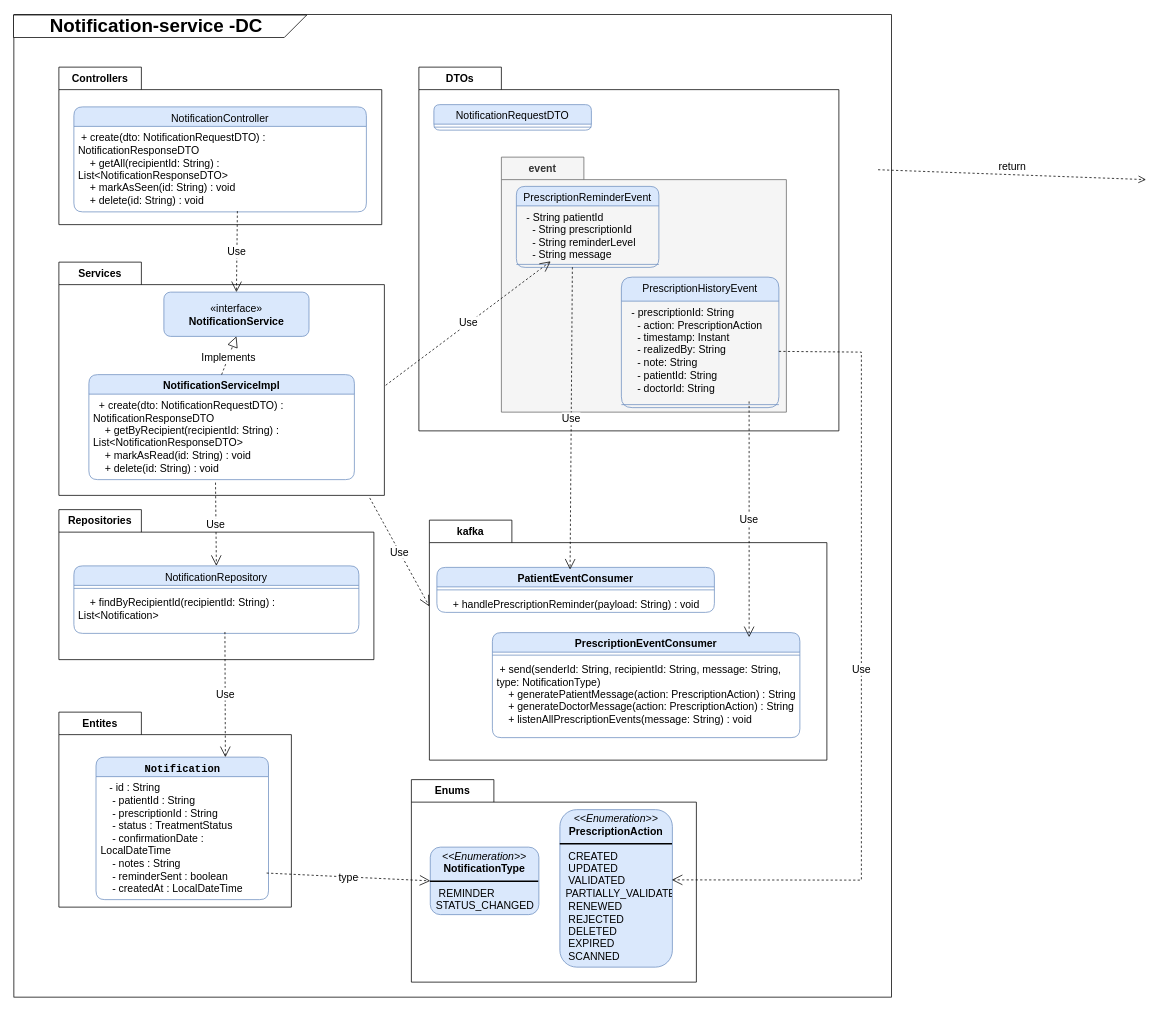
Earlier version of the draw.io diagram notif class .drawio (siwar630/Conception-pfe). Source tidied: cells renumbered, new cells numbered last; positions are measured from the earlier drawing's top-left corner, leaving out a move shared by most shapes. Both pictures are drawn from the tidied source at 75%, with x=0, y=0 at pixel (14, -121).
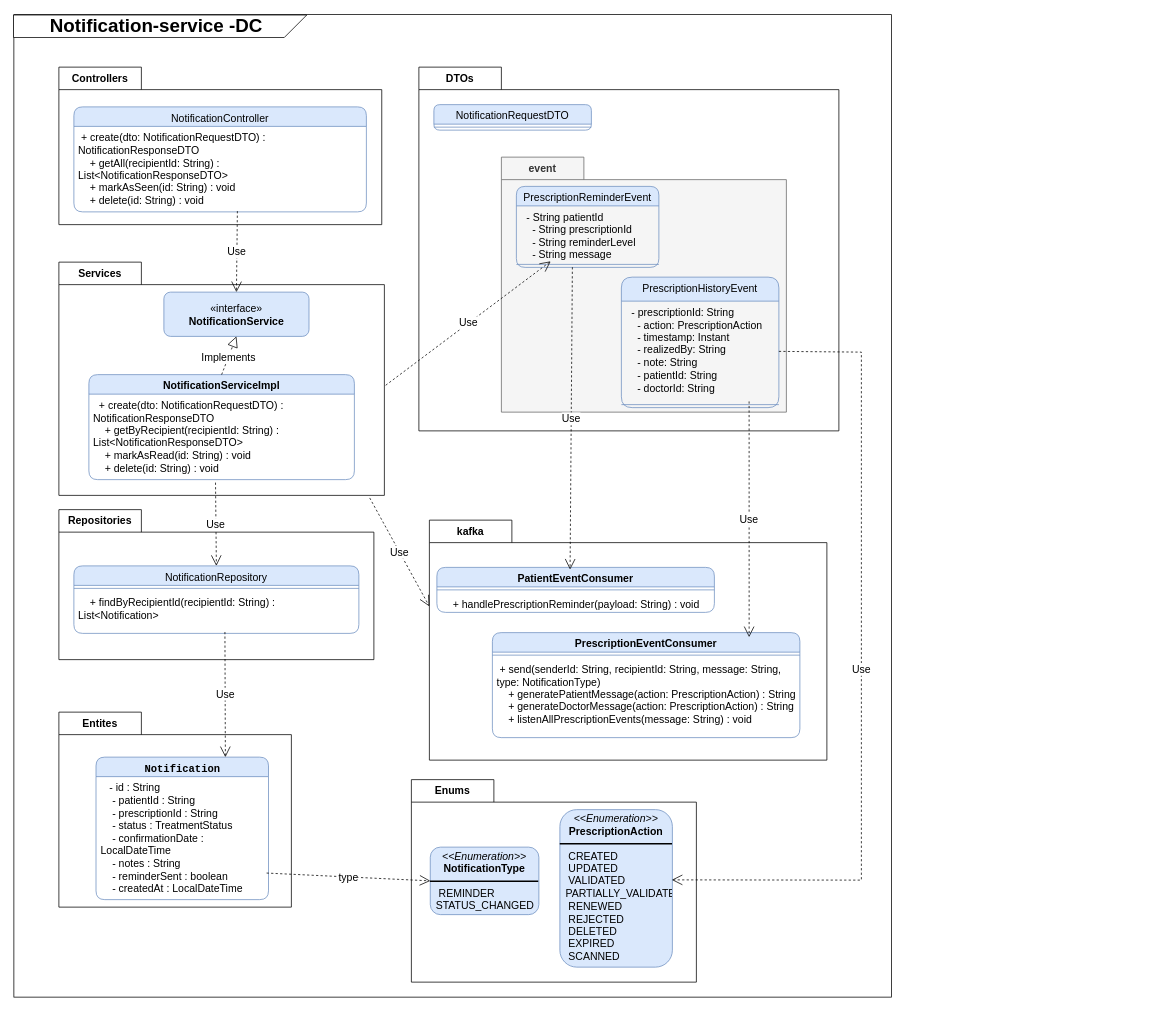
After the change.

Commit message:
Mettre à jour notif class .drawio

Change to the diagram source:
```diff
@@
-    <mxCell id="31" value="return" style="html=1;verticalAlign=bottom;endArrow=open;dashed=1;endSize=8;curved=0;rounded=0;entryX=0.538;entryY=0.187;entryDx=0;entryDy=0;entryPerimeter=0;fontSize=14;exitX=0.929;exitY=0.98;exitDx=0;exitDy=0;exitPerimeter=0;" parent="1" edge="1">
-      <mxGeometry relative="1" as="geometry">
-        <mxPoint x="1152.2" y="386.8" as="sourcePoint" />
-        <mxPoint x="1509.5" y="400" as="targetPoint" />
-      </mxGeometry>
-    </mxCell>
```
